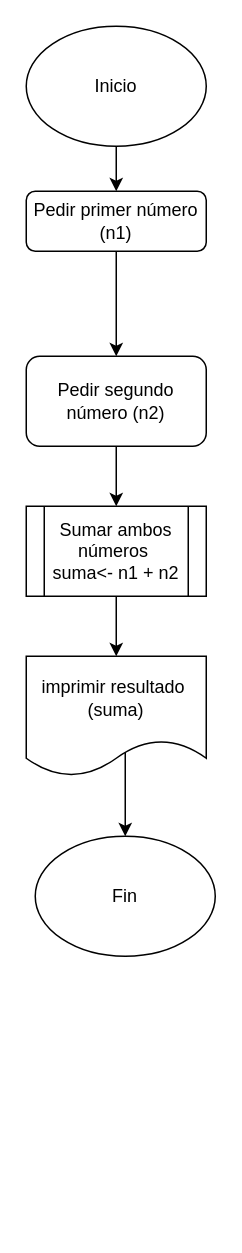
Held-Eisen/Escuela-Codigo keeps this draw.io diagram as Diagrama sin título.drawio. Above is the earlier version. Source tidied: cells renumbered, new cells numbered last; positions are measured from the earlier drawing's top-left corner, leaving out a move shared by most shapes. Both pictures are drawn from the tidied source at 150%, with x=0, y=0 at pixel (26, 26).
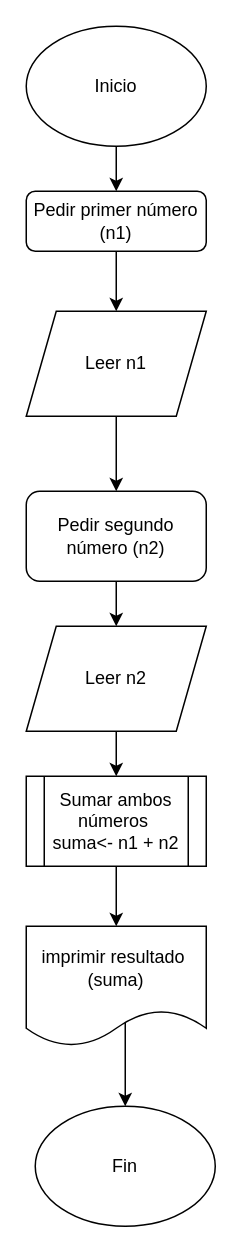
After the change.

Diff of the diagram source:
```diff
@@
 <mxGraphModel>
   <root>
     <mxCell id="0" />
     <mxCell id="1" parent="0" />
-    <mxCell id="2" style="edgeStyle=orthogonalEdgeStyle;rounded=0;jettySize=auto;html=1;" parent="1" edge="1" source="3" target="5">
+    <mxCell id="2" style="edgeStyle=orthogonalEdgeStyle;rounded=0;jettySize=auto;html=1;entryX=0.5;entryY=0;entryDx=0;entryDy=0;" parent="1" edge="1" source="3" target="14">
       <mxGeometry relative="1" as="geometry" />
     </mxCell>
     <mxCell id="3" value="Pedir primer número&lt;div&gt;(n1)&lt;/div&gt;" style="rounded=1;whiteSpace=wrap;html=1;fontSize=12;glass=0;strokeWidth=1;shadow=0;" parent="1" vertex="1">
       <mxGeometry y="110" width="120" height="40" as="geometry" />
     </mxCell>
-    <mxCell id="4" style="edgeStyle=orthogonalEdgeStyle;rounded=0;jettySize=auto;html=1;exitX=0.5;exitY=1;exitDx=0;exitDy=0;entryX=0.5;entryY=0;entryDx=0;entryDy=0;" parent="1" edge="1" source="5" target="7">
+    <mxCell id="4" style="edgeStyle=orthogonalEdgeStyle;rounded=0;jettySize=auto;html=1;exitX=0.5;exitY=1;exitDx=0;exitDy=0;entryX=0.5;entryY=0;entryDx=0;entryDy=0;" parent="1" edge="1" source="5" target="16">
       <mxGeometry relative="1" as="geometry" />
     </mxCell>
     <mxCell id="5" value="Pedir segundo número (n2)" style="whiteSpace=wrap;html=1;rounded=1;glass=0;strokeWidth=1;shadow=0;" parent="1" vertex="1">
-      <mxGeometry y="220" width="120" height="60" as="geometry" />
+      <mxGeometry y="310" width="120" height="60" as="geometry" />
     </mxCell>
     <mxCell id="6" style="edgeStyle=orthogonalEdgeStyle;rounded=0;jettySize=auto;html=1;exitX=0.5;exitY=1;exitDx=0;exitDy=0;entryX=0.5;entryY=0;entryDx=0;entryDy=0;" parent="1" edge="1" source="7" target="9">
       <mxGeometry relative="1" as="geometry" />
     </mxCell>
     <mxCell id="7" value="Sumar ambos números&amp;nbsp;&lt;div&gt;suma&amp;lt;- n1 + n2&lt;/div&gt;" style="shape=process;whiteSpace=wrap;html=1;backgroundOutline=1;" parent="1" vertex="1">
-      <mxGeometry y="320" width="120" height="60" as="geometry" />
+      <mxGeometry y="500" width="120" height="60" as="geometry" />
     </mxCell>
     <mxCell id="8" style="edgeStyle=orthogonalEdgeStyle;rounded=0;jettySize=auto;html=1;entryX=0.5;entryY=0;entryDx=0;entryDy=0;exitX=0.55;exitY=0.75;exitDx=0;exitDy=0;exitPerimeter=0;" parent="1" edge="1" source="9" target="12">
       <mxGeometry relative="1" as="geometry" />
     </mxCell>
     <mxCell id="9" value="imprimir resultado&amp;nbsp;&lt;div&gt;(suma)&lt;/div&gt;" style="shape=document;whiteSpace=wrap;html=1;boundedLbl=1;" parent="1" vertex="1">
-      <mxGeometry y="420" width="120" height="80" as="geometry" />
+      <mxGeometry y="600" width="120" height="80" as="geometry" />
     </mxCell>
     <mxCell id="10" style="edgeStyle=orthogonalEdgeStyle;rounded=0;jettySize=auto;html=1;exitX=0.5;exitY=1;exitDx=0;exitDy=0;entryX=0.5;entryY=0;entryDx=0;entryDy=0;" parent="1" edge="1" source="11" target="3">
       <mxGeometry relative="1" as="geometry" />
     </mxCell>
     <mxCell id="11" value="Inicio" style="ellipse;whiteSpace=wrap;html=1;" parent="1" vertex="1">
       <mxGeometry width="120" height="80" as="geometry" />
     </mxCell>
     <mxCell id="12" value="Fin" style="ellipse;whiteSpace=wrap;html=1;" parent="1" vertex="1">
-      <mxGeometry x="6" y="540" width="120" height="80" as="geometry" />
+      <mxGeometry x="6" y="720" width="120" height="80" as="geometry" />
     </mxCell>
+    <mxCell id="13" style="edgeStyle=orthogonalEdgeStyle;rounded=0;jettySize=auto;html=1;entryX=0.5;entryY=0;entryDx=0;entryDy=0;" parent="1" edge="1" source="14" target="5">
+      <mxGeometry relative="1" as="geometry" />
+    </mxCell>
+    <mxCell id="14" value="Leer n1" style="shape=parallelogram;perimeter=parallelogramPerimeter;whiteSpace=wrap;html=1;fixedSize=1;" parent="1" vertex="1">
+      <mxGeometry y="190" width="120" height="70" as="geometry" />
+    </mxCell>
+    <mxCell id="15" style="edgeStyle=orthogonalEdgeStyle;rounded=0;jettySize=auto;html=1;entryX=0.5;entryY=0;entryDx=0;entryDy=0;" parent="1" edge="1" source="16" target="7">
+      <mxGeometry relative="1" as="geometry" />
+    </mxCell>
+    <mxCell id="16" value="Leer n2" style="shape=parallelogram;perimeter=parallelogramPerimeter;whiteSpace=wrap;html=1;fixedSize=1;" parent="1" vertex="1">
+      <mxGeometry y="400" width="120" height="70" as="geometry" />
+    </mxCell>
   </root>
 </mxGraphModel>
```
